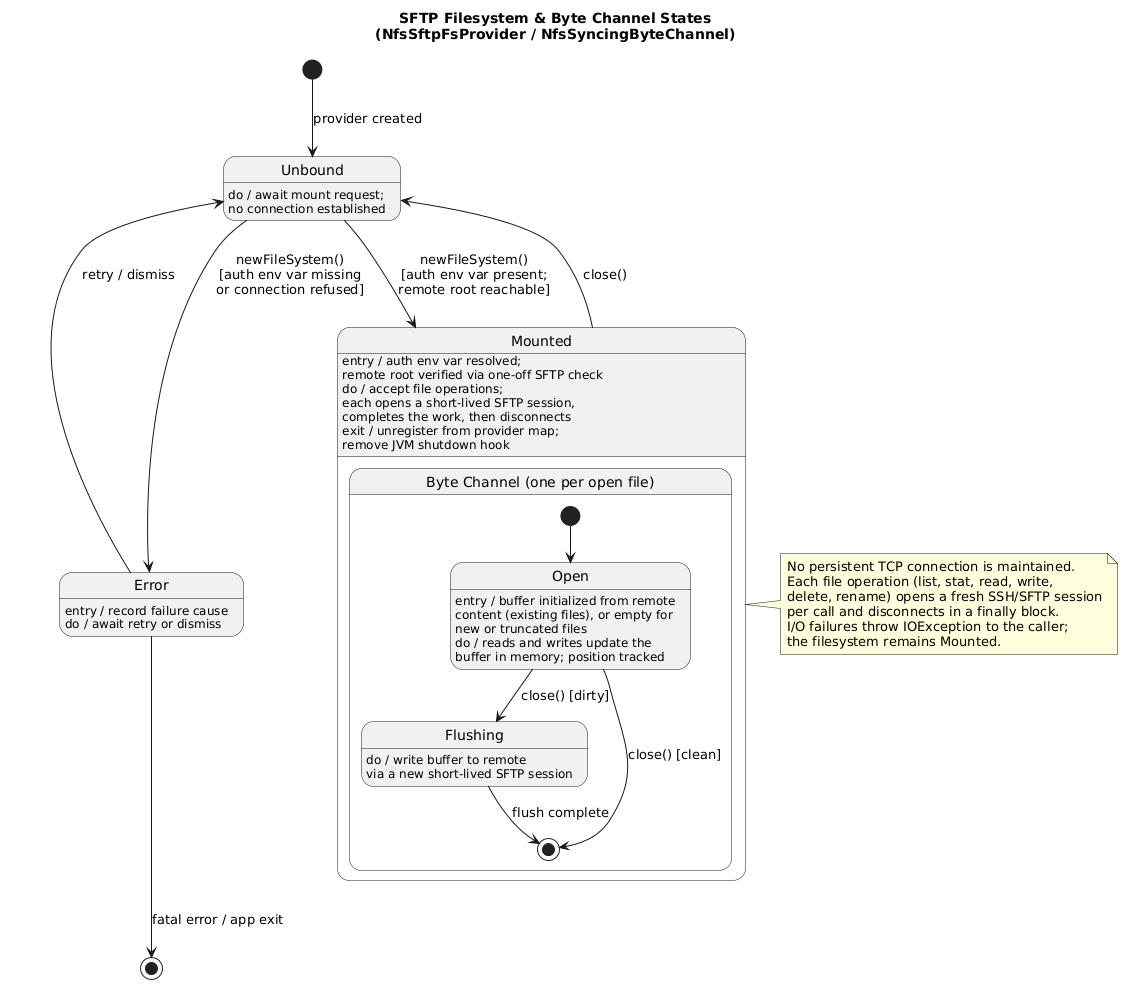
Before: docs/rendered/state-diagram-sftp-connection.png, a diagram exported from PlantUML (nikhilr612/weefs).
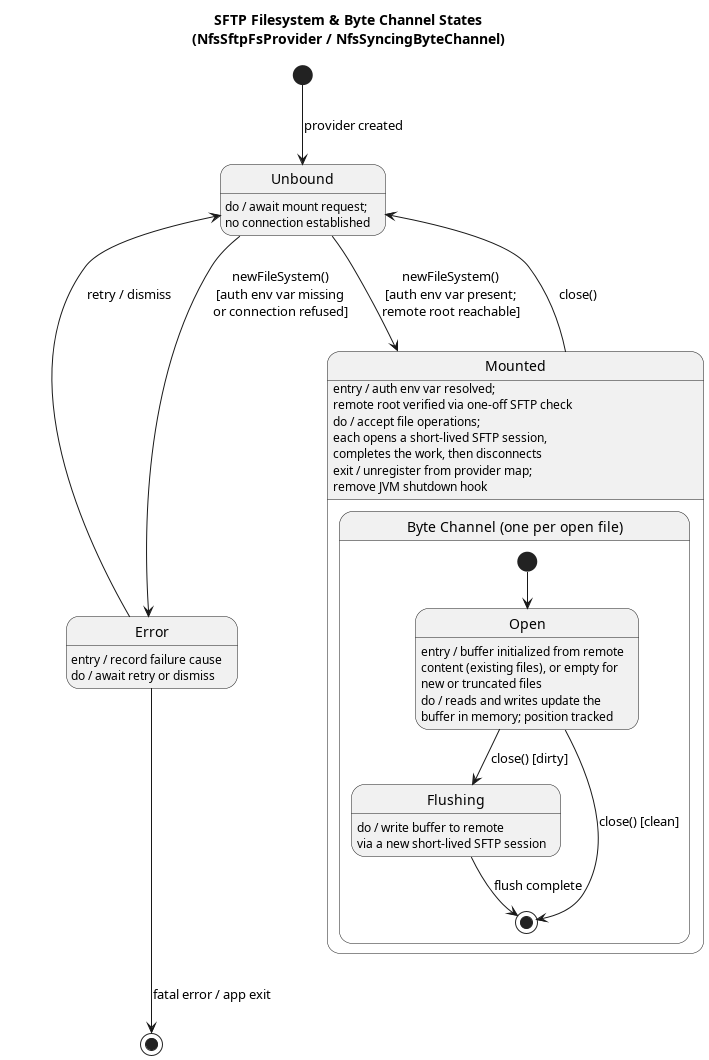
Later version of the same file.

Change to the diagram source:
```diff
@@ -34,12 +34,4 @@
   }
 }
 
-note right of Mounted
-  No persistent TCP connection is maintained.
-  Each file operation (list, stat, read, write,
-  delete, rename) opens a fresh SSH/SFTP session
-  per call and disconnects in a finally block.
-  I/O failures throw IOException to the caller;
-  the filesystem remains Mounted.
-end note
 @enduml
```
